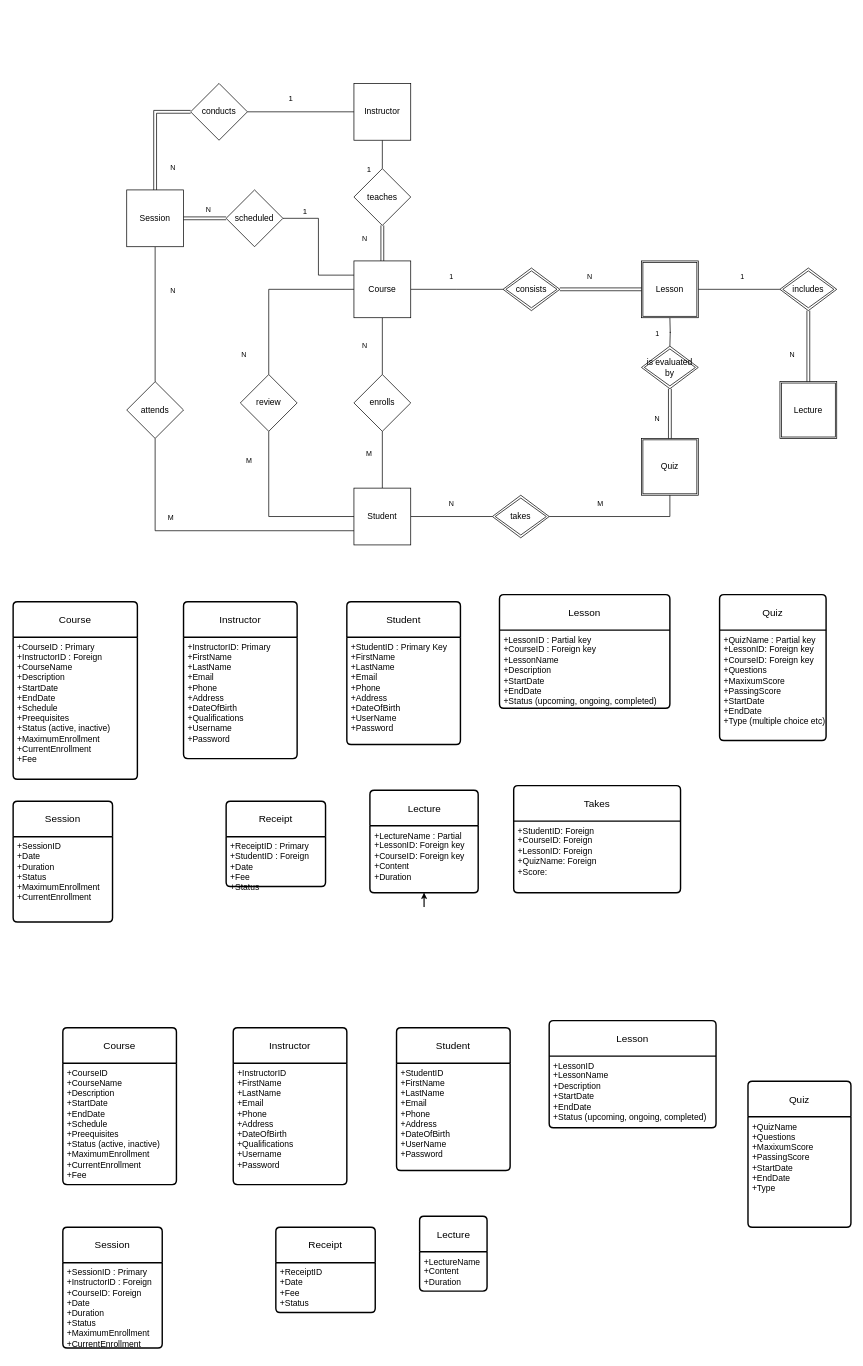
The draw.io diagram ER.drawio in charisvt/edulink, before the edit. Source tidied: cells renumbered, new cells numbered last; positions are measured from the earlier drawing's top-left corner, leaving out a move shared by most shapes. Both pictures are drawn from the tidied source at 71%, with x=0, y=0 at pixel (13, 12).
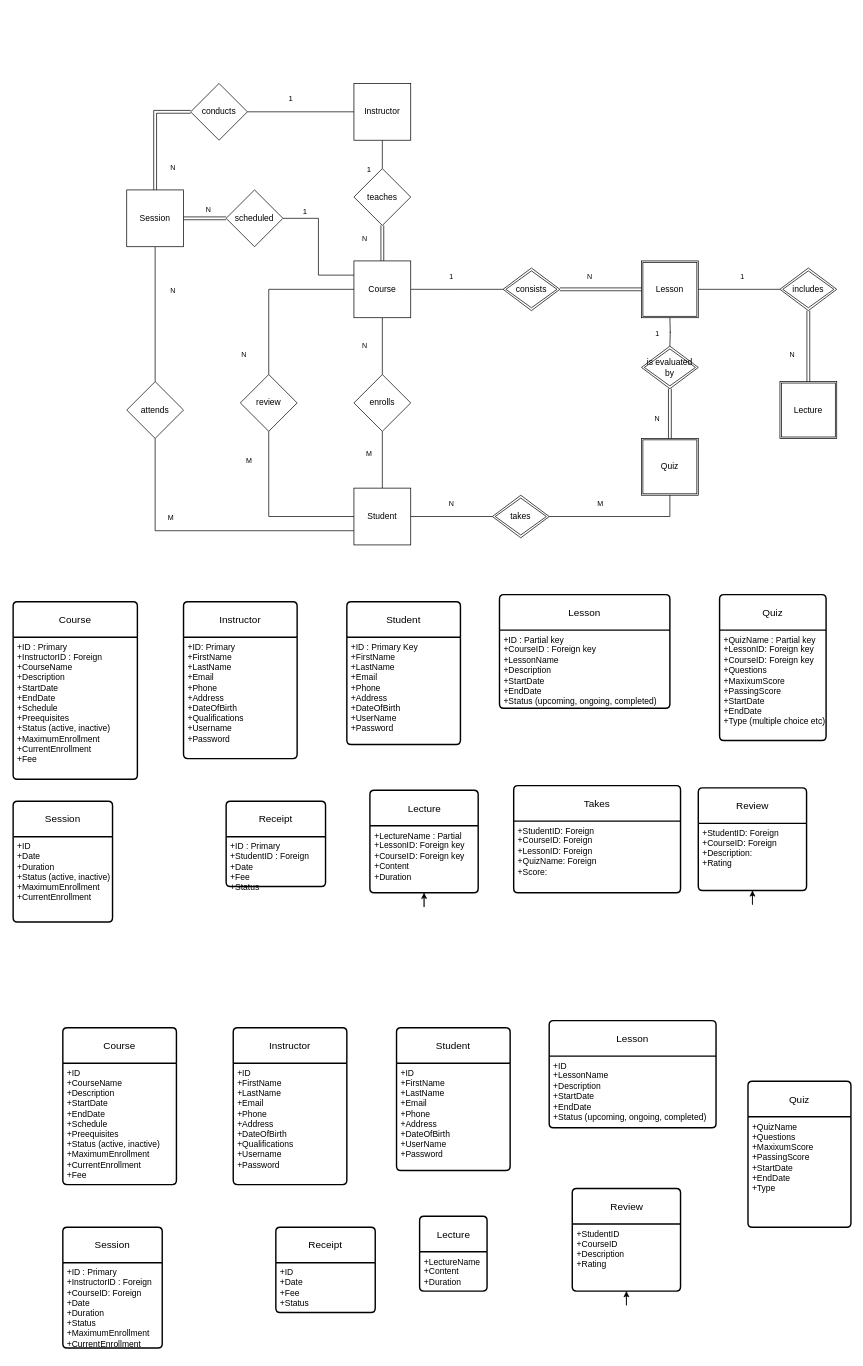
After the change.

Unchanged cells that the change refers to:
```xml
<mxCell id="39" value="Instructor" style="swimlane;horizontal=1;startSize=50;rounded=1;fontSize=14;fontStyle=0;strokeWidth=2;shadow=0;dashed=0;align=center;arcSize=4;whiteSpace=wrap;html=1;" parent="1" vertex="1">
  <mxGeometry x="310" y="1430" width="160" height="221" as="geometry" />
</mxCell>
<mxCell id="42" value="Student" style="swimlane;horizontal=1;startSize=50;rounded=1;fontSize=14;fontStyle=0;strokeWidth=2;shadow=0;dashed=0;align=center;arcSize=4;whiteSpace=wrap;html=1;" parent="1" vertex="1">
  <mxGeometry x="540" y="1430" width="160" height="201" as="geometry" />
</mxCell>
<mxCell id="45" value="Course" style="swimlane;horizontal=1;startSize=50;rounded=1;fontSize=14;fontStyle=0;strokeWidth=2;shadow=0;dashed=0;align=center;arcSize=4;whiteSpace=wrap;html=1;" parent="1" vertex="1">
  <mxGeometry x="70" y="1430" width="160" height="221" as="geometry" />
</mxCell>
<mxCell id="48" value="Lesson" style="swimlane;horizontal=1;startSize=50;rounded=1;fontSize=14;fontStyle=0;strokeWidth=2;shadow=0;dashed=0;align=center;arcSize=4;whiteSpace=wrap;html=1;" parent="1" vertex="1">
  <mxGeometry x="755" y="1420" width="235" height="151" as="geometry" />
</mxCell>
<mxCell id="51" value="Session" style="swimlane;horizontal=1;startSize=50;rounded=1;fontSize=14;fontStyle=0;strokeWidth=2;shadow=0;dashed=0;align=center;arcSize=4;whiteSpace=wrap;html=1;" parent="1" vertex="1">
  <mxGeometry x="70" y="1711" width="140" height="170" as="geometry" />
</mxCell>
<mxCell id="54" value="Receipt" style="swimlane;horizontal=1;startSize=50;rounded=1;fontSize=14;fontStyle=0;strokeWidth=2;shadow=0;dashed=0;align=center;arcSize=4;whiteSpace=wrap;html=1;" parent="1" vertex="1">
  <mxGeometry x="370" y="1711" width="140" height="120" as="geometry" />
</mxCell>
<mxCell id="79" value="Instructor" style="swimlane;horizontal=1;startSize=50;rounded=1;fontSize=14;fontStyle=0;strokeWidth=2;shadow=0;dashed=0;align=center;arcSize=4;whiteSpace=wrap;html=1;" parent="1" vertex="1">
  <mxGeometry x="240" y="830" width="160" height="221" as="geometry" />
</mxCell>
<mxCell id="82" value="Student" style="swimlane;horizontal=1;startSize=50;rounded=1;fontSize=14;fontStyle=0;strokeWidth=2;shadow=0;dashed=0;align=center;arcSize=4;whiteSpace=wrap;html=1;" parent="1" vertex="1">
  <mxGeometry x="470" y="830" width="160" height="201" as="geometry" />
</mxCell>
<mxCell id="85" value="Course" style="swimlane;horizontal=1;startSize=50;rounded=1;fontSize=14;fontStyle=0;strokeWidth=2;shadow=0;dashed=0;align=center;arcSize=4;whiteSpace=wrap;html=1;" parent="1" vertex="1">
  <mxGeometry y="830" width="175" height="250" as="geometry" />
</mxCell>
<mxCell id="88" value="Lesson" style="swimlane;horizontal=1;startSize=50;rounded=1;fontSize=14;fontStyle=0;strokeWidth=2;shadow=0;dashed=0;align=center;arcSize=4;whiteSpace=wrap;html=1;" parent="1" vertex="1">
  <mxGeometry x="685" y="820" width="240" height="160" as="geometry" />
</mxCell>
<mxCell id="91" value="Session" style="swimlane;horizontal=1;startSize=50;rounded=1;fontSize=14;fontStyle=0;strokeWidth=2;shadow=0;dashed=0;align=center;arcSize=4;whiteSpace=wrap;html=1;" parent="1" vertex="1">
  <mxGeometry y="1111" width="140" height="170" as="geometry" />
</mxCell>
<mxCell id="94" value="Receipt" style="swimlane;horizontal=1;startSize=50;rounded=1;fontSize=14;fontStyle=0;strokeWidth=2;shadow=0;dashed=0;align=center;arcSize=4;whiteSpace=wrap;html=1;" parent="1" vertex="1">
  <mxGeometry x="300" y="1111" width="140" height="120" as="geometry" />
</mxCell>
```

What changed in the source:
```diff
@@
-    <mxCell id="40" value="+InstructorID&lt;br&gt;+FirstName&lt;br&gt;+LastName&lt;br&gt;+Email&lt;br&gt;+Phone&lt;br&gt;+Address&lt;br&gt;+DateOfBirth&lt;br&gt;+Qualifications&lt;br&gt;+Username&lt;br&gt;+Password" style="align=left;strokeColor=none;fillColor=none;spacingLeft=4;fontSize=12;verticalAlign=top;html=1;" parent="39" vertex="1">
+    <mxCell id="40" value="+ID&lt;br&gt;+FirstName&lt;br&gt;+LastName&lt;br&gt;+Email&lt;br&gt;+Phone&lt;br&gt;+Address&lt;br&gt;+DateOfBirth&lt;br&gt;+Qualifications&lt;br&gt;+Username&lt;br&gt;+Password" style="align=left;strokeColor=none;fillColor=none;spacingLeft=4;fontSize=12;verticalAlign=top;html=1;" parent="39" vertex="1">
       <mxGeometry y="50" width="160" height="171" as="geometry" />
     </mxCell>
@@
-    <mxCell id="43" value="+StudentID&lt;br&gt;+FirstName&lt;br&gt;+LastName&lt;br&gt;+Email&lt;br&gt;+Phone&lt;br&gt;+Address&lt;br&gt;+DateOfBirth&lt;br&gt;+UserName&lt;br&gt;+Password" style="align=left;strokeColor=none;fillColor=none;spacingLeft=4;fontSize=12;verticalAlign=top;html=1;" parent="42" vertex="1">
+    <mxCell id="43" value="+ID&lt;br&gt;+FirstName&lt;br&gt;+LastName&lt;br&gt;+Email&lt;br&gt;+Phone&lt;br&gt;+Address&lt;br&gt;+DateOfBirth&lt;br&gt;+UserName&lt;br&gt;+Password" style="align=left;strokeColor=none;fillColor=none;spacingLeft=4;fontSize=12;verticalAlign=top;html=1;" parent="42" vertex="1">
       <mxGeometry y="50" width="160" height="151" as="geometry" />
     </mxCell>
@@
-    <mxCell id="46" value="+CourseID&lt;br&gt;+CourseName&lt;br&gt;+Description&lt;br&gt;+StartDate&lt;br&gt;+EndDate&lt;br&gt;+Schedule&lt;br&gt;+Preequisites&lt;br&gt;+Status (active, inactive)&lt;br&gt;+MaximumEnrollment&lt;br&gt;+CurrentEnrollment&lt;br&gt;+Fee" style="align=left;strokeColor=none;fillColor=none;spacingLeft=4;fontSize=12;verticalAlign=top;html=1;" parent="45" vertex="1">
+    <mxCell id="46" value="+ID&lt;br&gt;+CourseName&lt;br&gt;+Description&lt;br&gt;+StartDate&lt;br&gt;+EndDate&lt;br&gt;+Schedule&lt;br&gt;+Preequisites&lt;br&gt;+Status (active, inactive)&lt;br&gt;+MaximumEnrollment&lt;br&gt;+CurrentEnrollment&lt;br&gt;+Fee" style="align=left;strokeColor=none;fillColor=none;spacingLeft=4;fontSize=12;verticalAlign=top;html=1;" parent="45" vertex="1">
       <mxGeometry y="50" width="160" height="171" as="geometry" />
     </mxCell>
@@
-    <mxCell id="49" value="+LessonID&lt;br&gt;+LessonName&lt;br&gt;+Description&lt;br&gt;+StartDate&lt;br&gt;+EndDate&lt;br&gt;+Status (upcoming, ongoing, completed)" style="align=left;strokeColor=none;fillColor=none;spacingLeft=4;fontSize=12;verticalAlign=top;html=1;" parent="48" vertex="1">
+    <mxCell id="49" value="+ID&lt;br&gt;+LessonName&lt;br&gt;+Description&lt;br&gt;+StartDate&lt;br&gt;+EndDate&lt;br&gt;+Status (upcoming, ongoing, completed)" style="align=left;strokeColor=none;fillColor=none;spacingLeft=4;fontSize=12;verticalAlign=top;html=1;" parent="48" vertex="1">
       <mxGeometry y="50" width="235" height="101" as="geometry" />
     </mxCell>
@@
-    <mxCell id="52" value="+SessionID : Primary&amp;nbsp;&lt;br&gt;+InstructorID : Foreign&lt;br&gt;+CourseID: Foreign&lt;br&gt;+Date&lt;br&gt;+Duration&lt;br&gt;+Status&lt;br&gt;+MaximumEnrollment&lt;br style=&quot;border-color: var(--border-color);&quot;&gt;+CurrentEnrollment" style="align=left;strokeColor=none;fillColor=none;spacingLeft=4;fontSize=12;verticalAlign=top;html=1;" parent="51" vertex="1">
+    <mxCell id="52" value="+ID : Primary&amp;nbsp;&lt;br&gt;+InstructorID : Foreign&lt;br&gt;+CourseID: Foreign&lt;br&gt;+Date&lt;br&gt;+Duration&lt;br&gt;+Status&lt;br&gt;+MaximumEnrollment&lt;br style=&quot;border-color: var(--border-color);&quot;&gt;+CurrentEnrollment" style="align=left;strokeColor=none;fillColor=none;spacingLeft=4;fontSize=12;verticalAlign=top;html=1;" parent="51" vertex="1">
       <mxGeometry y="50" width="140" height="120" as="geometry" />
     </mxCell>
@@
-    <mxCell id="55" value="+ReceiptID&lt;br&gt;+Date&lt;br&gt;+Fee&lt;br&gt;+Status&lt;br&gt;" style="align=left;strokeColor=none;fillColor=none;spacingLeft=4;fontSize=12;verticalAlign=top;html=1;" parent="54" vertex="1">
+    <mxCell id="55" value="+ID&lt;br&gt;+Date&lt;br&gt;+Fee&lt;br&gt;+Status" style="align=left;strokeColor=none;fillColor=none;spacingLeft=4;fontSize=12;verticalAlign=top;html=1;" parent="54" vertex="1">
       <mxGeometry y="50" width="140" height="70" as="geometry" />
     </mxCell>
@@
-    <mxCell id="80" value="+InstructorID: Primary &lt;br&gt;+FirstName&lt;br&gt;+LastName&lt;br&gt;+Email&lt;br&gt;+Phone&lt;br&gt;+Address&lt;br&gt;+DateOfBirth&lt;br&gt;+Qualifications&lt;br&gt;+Username&lt;br&gt;+Password" style="align=left;strokeColor=none;fillColor=none;spacingLeft=4;fontSize=12;verticalAlign=top;html=1;" parent="79" vertex="1">
+    <mxCell id="80" value="+ID: Primary &lt;br&gt;+FirstName&lt;br&gt;+LastName&lt;br&gt;+Email&lt;br&gt;+Phone&lt;br&gt;+Address&lt;br&gt;+DateOfBirth&lt;br&gt;+Qualifications&lt;br&gt;+Username&lt;br&gt;+Password" style="align=left;strokeColor=none;fillColor=none;spacingLeft=4;fontSize=12;verticalAlign=top;html=1;" parent="79" vertex="1">
       <mxGeometry y="50" width="160" height="171" as="geometry" />
     </mxCell>
@@
-    <mxCell id="83" value="+StudentID : Primary Key&lt;br&gt;+FirstName&lt;br&gt;+LastName&lt;br&gt;+Email&lt;br&gt;+Phone&lt;br&gt;+Address&lt;br&gt;+DateOfBirth&lt;br&gt;+UserName&lt;br&gt;+Password" style="align=left;strokeColor=none;fillColor=none;spacingLeft=4;fontSize=12;verticalAlign=top;html=1;" parent="82" vertex="1">
+    <mxCell id="83" value="+ID : Primary Key&lt;br&gt;+FirstName&lt;br&gt;+LastName&lt;br&gt;+Email&lt;br&gt;+Phone&lt;br&gt;+Address&lt;br&gt;+DateOfBirth&lt;br&gt;+UserName&lt;br&gt;+Password" style="align=left;strokeColor=none;fillColor=none;spacingLeft=4;fontSize=12;verticalAlign=top;html=1;" parent="82" vertex="1">
       <mxGeometry y="50" width="160" height="151" as="geometry" />
     </mxCell>
@@
-    <mxCell id="86" value="+CourseID : Primary&amp;nbsp;&lt;br&gt;+InstructorID : Foreign&lt;br&gt;+CourseName&lt;br&gt;+Description&lt;br&gt;+StartDate&lt;br&gt;+EndDate&lt;br&gt;+Schedule&lt;br&gt;+Preequisites&lt;br&gt;+Status (active, inactive)&lt;br&gt;+MaximumEnrollment&lt;br&gt;+CurrentEnrollment&lt;br&gt;+Fee" style="align=left;strokeColor=none;fillColor=none;spacingLeft=4;fontSize=12;verticalAlign=top;html=1;" parent="85" vertex="1">
+    <mxCell id="86" value="+ID : Primary&amp;nbsp;&lt;br&gt;+InstructorID : Foreign&lt;br&gt;+CourseName&lt;br&gt;+Description&lt;br&gt;+StartDate&lt;br&gt;+EndDate&lt;br&gt;+Schedule&lt;br&gt;+Preequisites&lt;br&gt;+Status (active, inactive)&lt;br&gt;+MaximumEnrollment&lt;br&gt;+CurrentEnrollment&lt;br&gt;+Fee" style="align=left;strokeColor=none;fillColor=none;spacingLeft=4;fontSize=12;verticalAlign=top;html=1;" parent="85" vertex="1">
       <mxGeometry y="50" width="175" height="200" as="geometry" />
     </mxCell>
@@
-    <mxCell id="89" value="+LessonID : Partial key&lt;br&gt;+CourseID : Foreign key&lt;br&gt;+LessonName&lt;br&gt;+Description&lt;br&gt;+StartDate&lt;br&gt;+EndDate&lt;br&gt;+Status (upcoming, ongoing, completed)" style="align=left;strokeColor=none;fillColor=none;spacingLeft=4;fontSize=12;verticalAlign=top;html=1;" parent="88" vertex="1">
+    <mxCell id="89" value="+ID : Partial key&lt;br&gt;+CourseID : Foreign key&lt;br&gt;+LessonName&lt;br&gt;+Description&lt;br&gt;+StartDate&lt;br&gt;+EndDate&lt;br&gt;+Status (upcoming, ongoing, completed)" style="align=left;strokeColor=none;fillColor=none;spacingLeft=4;fontSize=12;verticalAlign=top;html=1;" parent="88" vertex="1">
       <mxGeometry y="50" width="240" height="110" as="geometry" />
     </mxCell>
@@
-    <mxCell id="92" value="+SessionID&lt;br&gt;+Date&lt;br&gt;+Duration&lt;br&gt;+Status&lt;br&gt;+MaximumEnrollment&lt;br style=&quot;border-color: var(--border-color);&quot;&gt;+CurrentEnrollment" style="align=left;strokeColor=none;fillColor=none;spacingLeft=4;fontSize=12;verticalAlign=top;html=1;" parent="91" vertex="1">
+    <mxCell id="92" value="+ID&lt;br&gt;+Date&lt;br&gt;+Duration&lt;br&gt;+Status (active, inactive)&lt;br&gt;+MaximumEnrollment&lt;br style=&quot;border-color: var(--border-color);&quot;&gt;+CurrentEnrollment" style="align=left;strokeColor=none;fillColor=none;spacingLeft=4;fontSize=12;verticalAlign=top;html=1;" parent="91" vertex="1">
       <mxGeometry y="50" width="140" height="120" as="geometry" />
     </mxCell>
@@
-    <mxCell id="95" value="+ReceiptID : Primary&lt;br&gt;+StudentID : Foreign&lt;br&gt;+Date&lt;br&gt;+Fee&lt;br&gt;+Status" style="align=left;strokeColor=none;fillColor=none;spacingLeft=4;fontSize=12;verticalAlign=top;html=1;" parent="94" vertex="1">
+    <mxCell id="95" value="+ID : Primary&lt;br&gt;+StudentID : Foreign&lt;br&gt;+Date&lt;br&gt;+Fee&lt;br&gt;+Status" style="align=left;strokeColor=none;fillColor=none;spacingLeft=4;fontSize=12;verticalAlign=top;html=1;" parent="94" vertex="1">
       <mxGeometry y="50" width="140" height="70" as="geometry" />
     </mxCell>
@@
+    <mxCell id="110" value="Review" style="swimlane;horizontal=1;startSize=50;rounded=1;fontSize=14;fontStyle=0;strokeWidth=2;shadow=0;dashed=0;align=center;arcSize=4;whiteSpace=wrap;html=1;" parent="1" vertex="1">
+      <mxGeometry x="965" y="1092.2" width="152.5" height="144.5" as="geometry" />
+    </mxCell>
+    <mxCell id="111" value="+StudentID: Foreign&lt;br&gt;+CourseID: Foreign&lt;br&gt;+Description:&lt;br&gt;+Rating" style="align=left;strokeColor=none;fillColor=none;spacingLeft=4;fontSize=12;verticalAlign=top;html=1;" parent="110" vertex="1">
+      <mxGeometry y="50" width="152.5" height="94.5" as="geometry" />
+    </mxCell>
+    <mxCell id="112" style="edgeStyle=orthogonalEdgeStyle;rounded=0;orthogonalLoop=1;jettySize=auto;html=1;exitX=0.5;exitY=1;exitDx=0;exitDy=0;" parent="110" edge="1" source="111" target="111">
+      <mxGeometry relative="1" as="geometry" />
+    </mxCell>
+    <mxCell id="113" value="Review" style="swimlane;horizontal=1;startSize=50;rounded=1;fontSize=14;fontStyle=0;strokeWidth=2;shadow=0;dashed=0;align=center;arcSize=4;whiteSpace=wrap;html=1;" parent="1" vertex="1">
+      <mxGeometry x="787.5" y="1656.5" width="152.5" height="144.5" as="geometry" />
+    </mxCell>
+    <mxCell id="114" value="+StudentID&lt;br&gt;+CourseID&lt;br&gt;+Description&lt;br&gt;+Rating" style="align=left;strokeColor=none;fillColor=none;spacingLeft=4;fontSize=12;verticalAlign=top;html=1;" parent="113" vertex="1">
+      <mxGeometry y="50" width="152.5" height="94.5" as="geometry" />
+    </mxCell>
+    <mxCell id="115" style="edgeStyle=orthogonalEdgeStyle;rounded=0;orthogonalLoop=1;jettySize=auto;html=1;exitX=0.5;exitY=1;exitDx=0;exitDy=0;" parent="113" edge="1" source="114" target="114">
+      <mxGeometry relative="1" as="geometry" />
+    </mxCell>
```
